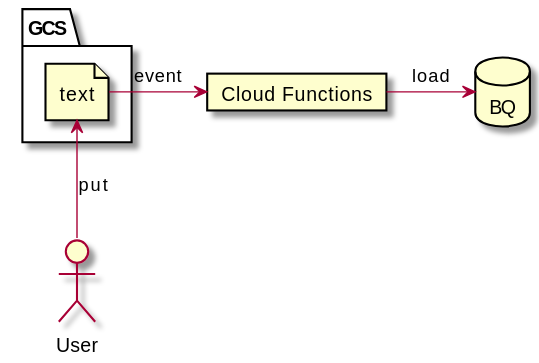
This is image.svg from yomon8/google-serverless-framework-sample, a PlantUML export, as it was before one commit.
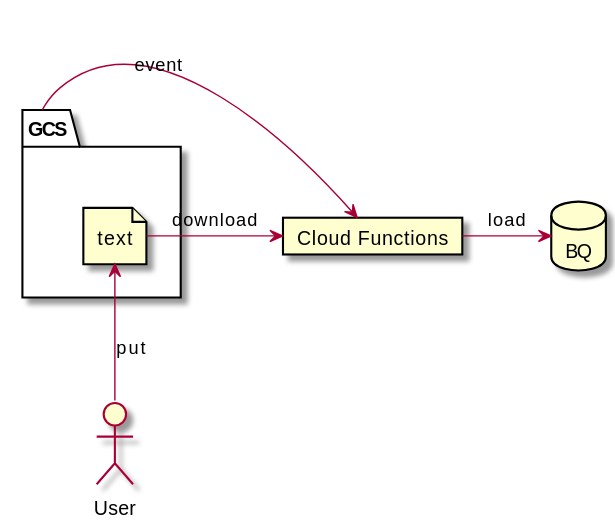
Later version of the same file.

Diff of the diagram source:
```diff
@@ -9,6 +9,7 @@
 
 
 user -up-> text : put
-text -> cf : event
+gcs -> cf : event
+text -> cf : download
 cf -> bq : load
 @enduml
```
